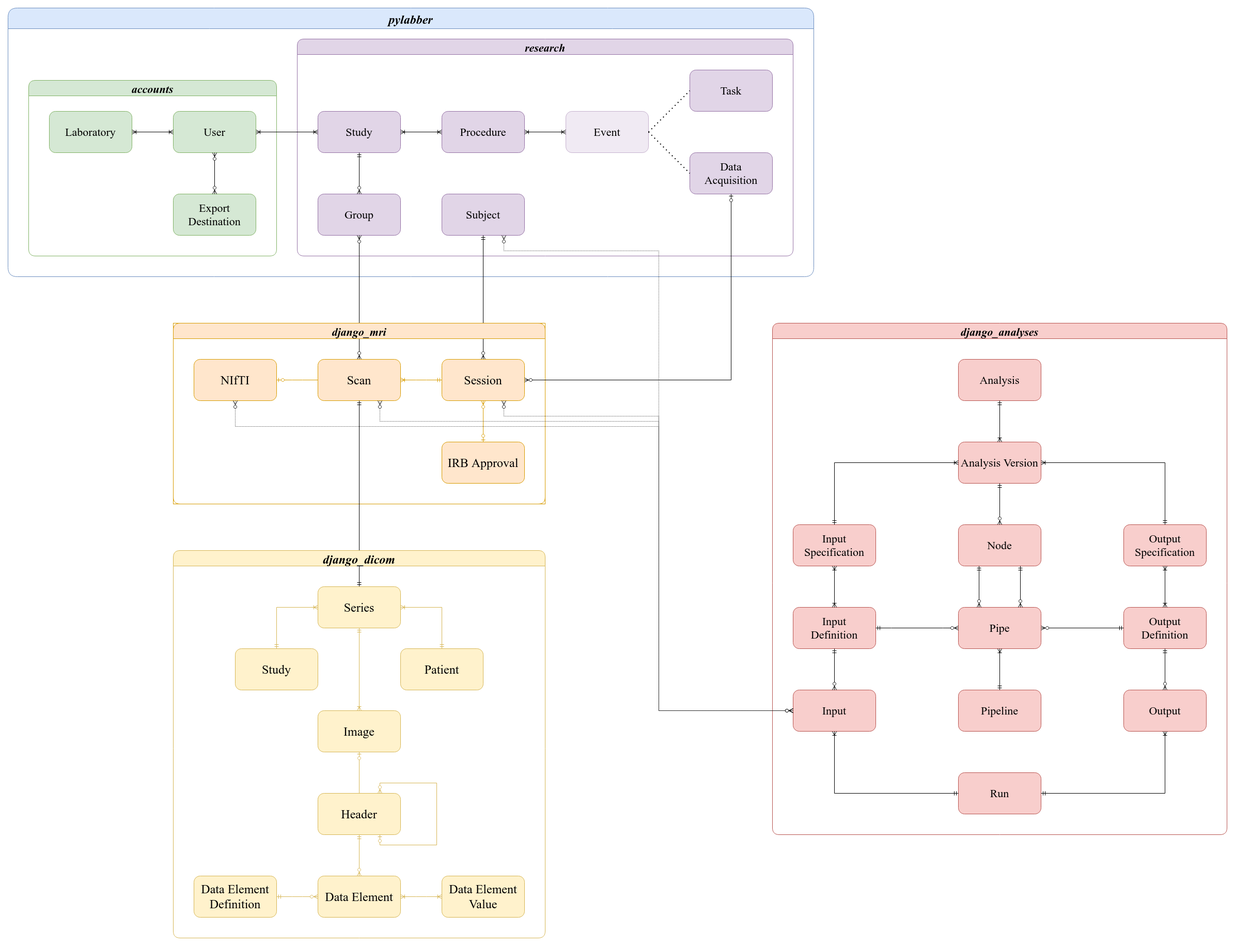
Above: src/book/chapters/labbing/assets/labbing_schema.png in ZviBaratz/phd (draw.io), before the change. Source tidied: cells renumbered, new cells last; positions are measured from the earlier drawing's top-left corner, leaving out a move shared by most shapes.
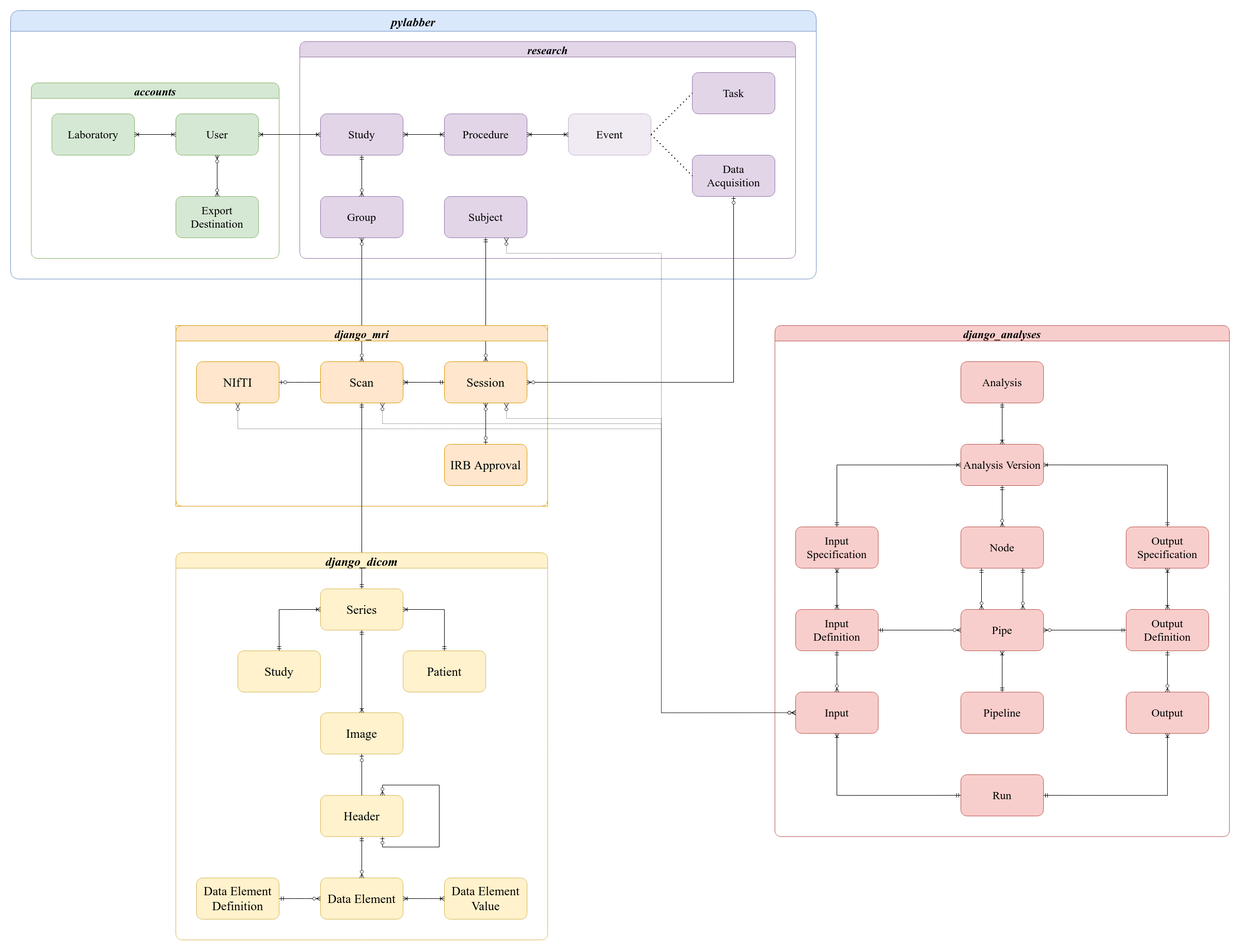
After the commit.

Commit message:
Minor fix to labbing schema.

What changed in the source:
```diff
@@ -83,19 +83,19 @@
     <mxCell id="28" value="Session" style="rounded=1;whiteSpace=wrap;html=1;glass=0;labelBackgroundColor=none;sketch=0;fontFamily=Times New Roman;fontSize=24;fillColor=#ffe6cc;strokeColor=#d79b00;" parent="25" vertex="1">
       <mxGeometry x="520" y="70" width="160" height="80" as="geometry" />
     </mxCell>
-    <mxCell id="29" style="edgeStyle=entityRelationEdgeStyle;fontSize=12;html=1;endArrow=ERoneToMany;startArrow=ERmandOne;rounded=0;fontFamily=Times New Roman;exitX=0;exitY=0.5;exitDx=0;exitDy=0;entryX=1;entryY=0.5;entryDx=0;entryDy=0;fillColor=#ffe6cc;strokeColor=#d79b00;" parent="25" edge="1" source="28" target="27">
+    <mxCell id="29" style="edgeStyle=entityRelationEdgeStyle;fontSize=12;html=1;endArrow=ERoneToMany;startArrow=ERmandOne;rounded=0;fontFamily=Times New Roman;exitX=0;exitY=0.5;exitDx=0;exitDy=0;entryX=1;entryY=0.5;entryDx=0;entryDy=0;fillColor=#ffe6cc;strokeColor=#000000;" parent="25" edge="1" source="28" target="27">
       <mxGeometry relative="1" as="geometry" />
     </mxCell>
     <mxCell id="30" value="NIfTI" style="rounded=1;whiteSpace=wrap;html=1;glass=0;labelBackgroundColor=none;sketch=0;fontFamily=Times New Roman;fontSize=24;fillColor=#ffe6cc;strokeColor=#d79b00;" parent="25" vertex="1">
       <mxGeometry x="40" y="70" width="160" height="80" as="geometry" />
     </mxCell>
-    <mxCell id="31" style="edgeStyle=entityRelationEdgeStyle;fontSize=12;html=1;endArrow=ERzeroToOne;endFill=1;rounded=0;fontFamily=Times New Roman;entryX=1;entryY=0.5;entryDx=0;entryDy=0;exitX=0;exitY=0.5;exitDx=0;exitDy=0;fillColor=#ffe6cc;strokeColor=#d79b00;" parent="25" edge="1" source="27" target="30">
+    <mxCell id="31" style="edgeStyle=entityRelationEdgeStyle;fontSize=12;html=1;endArrow=ERzeroToOne;endFill=1;rounded=0;fontFamily=Times New Roman;entryX=1;entryY=0.5;entryDx=0;entryDy=0;exitX=0;exitY=0.5;exitDx=0;exitDy=0;fillColor=#ffe6cc;strokeColor=#000000;" parent="25" edge="1" source="27" target="30">
       <mxGeometry relative="1" as="geometry" />
     </mxCell>
     <mxCell id="32" value="IRB Approval" style="rounded=1;whiteSpace=wrap;html=1;glass=0;labelBackgroundColor=none;sketch=0;fontFamily=Times New Roman;fontSize=24;fillColor=#ffe6cc;strokeColor=#d79b00;" parent="25" vertex="1">
       <mxGeometry x="520" y="230" width="160" height="80" as="geometry" />
     </mxCell>
-    <mxCell id="33" style="fontSize=12;html=1;endArrow=ERzeroToMany;startArrow=ERzeroToOne;rounded=0;fontFamily=Times New Roman;entryX=0.5;entryY=1;entryDx=0;entryDy=0;exitX=0.5;exitY=0;exitDx=0;exitDy=0;fillColor=#ffe6cc;strokeColor=#d79b00;" parent="25" edge="1" source="32" target="28">
+    <mxCell id="33" style="fontSize=12;html=1;endArrow=ERzeroToMany;startArrow=ERzeroToOne;rounded=0;fontFamily=Times New Roman;entryX=0.5;entryY=1;entryDx=0;entryDy=0;exitX=0.5;exitY=0;exitDx=0;exitDy=0;fillColor=#ffe6cc;strokeColor=#000000;" parent="25" edge="1" source="32" target="28">
       <mxGeometry relative="1" as="geometry" />
     </mxCell>
     <mxCell id="34" style="edgeStyle=orthogonalEdgeStyle;fontSize=12;html=1;endArrow=ERzeroToMany;startArrow=ERzeroToOne;rounded=0;fontFamily=Times New Roman;entryX=1;entryY=0.5;entryDx=0;entryDy=0;exitX=0.5;exitY=1;exitDx=0;exitDy=0;" parent="1" edge="1" source="16" target="28">
@@ -135,19 +135,19 @@
     <mxCell id="44" value="Data Element Value" style="rounded=1;whiteSpace=wrap;html=1;glass=0;labelBackgroundColor=none;sketch=0;fontFamily=Times New Roman;fontSize=24;fillColor=#fff2cc;strokeColor=#d6b656;" parent="36" vertex="1">
       <mxGeometry x="520" y="630" width="160" height="80" as="geometry" />
     </mxCell>
-    <mxCell id="45" style="fontSize=12;html=1;endArrow=ERoneToMany;startArrow=ERmandOne;rounded=0;fontFamily=Times New Roman;exitX=0.5;exitY=0;exitDx=0;exitDy=0;entryX=0;entryY=0.5;entryDx=0;entryDy=0;edgeStyle=orthogonalEdgeStyle;fillColor=#fff2cc;strokeColor=#d6b656;" parent="36" edge="1" source="39" target="37">
+    <mxCell id="45" style="fontSize=12;html=1;endArrow=ERoneToMany;startArrow=ERmandOne;rounded=0;fontFamily=Times New Roman;exitX=0.5;exitY=0;exitDx=0;exitDy=0;entryX=0;entryY=0.5;entryDx=0;entryDy=0;edgeStyle=orthogonalEdgeStyle;fillColor=#fff2cc;strokeColor=#000000;" parent="36" edge="1" source="39" target="37">
       <mxGeometry relative="1" as="geometry" />
     </mxCell>
-    <mxCell id="46" style="fontSize=12;html=1;endArrow=ERoneToMany;startArrow=ERmandOne;rounded=0;fontFamily=Times New Roman;exitX=0.5;exitY=0;exitDx=0;exitDy=0;entryX=1;entryY=0.5;entryDx=0;entryDy=0;edgeStyle=orthogonalEdgeStyle;fillColor=#fff2cc;strokeColor=#d6b656;" parent="36" edge="1" source="40" target="37">
+    <mxCell id="46" style="fontSize=12;html=1;endArrow=ERoneToMany;startArrow=ERmandOne;rounded=0;fontFamily=Times New Roman;exitX=0.5;exitY=0;exitDx=0;exitDy=0;entryX=1;entryY=0.5;entryDx=0;entryDy=0;edgeStyle=orthogonalEdgeStyle;fillColor=#fff2cc;strokeColor=#000000;" parent="36" edge="1" source="40" target="37">
       <mxGeometry relative="1" as="geometry" />
     </mxCell>
-    <mxCell id="47" style="fontSize=12;html=1;endArrow=ERoneToMany;startArrow=ERmandOne;rounded=0;fontFamily=Times New Roman;exitX=0.5;exitY=1;exitDx=0;exitDy=0;entryX=0.5;entryY=0;entryDx=0;entryDy=0;edgeStyle=orthogonalEdgeStyle;fillColor=#fff2cc;strokeColor=#d6b656;" parent="36" edge="1" source="37" target="38">
+    <mxCell id="47" style="fontSize=12;html=1;endArrow=ERoneToMany;startArrow=ERmandOne;rounded=0;fontFamily=Times New Roman;exitX=0.5;exitY=1;exitDx=0;exitDy=0;entryX=0.5;entryY=0;entryDx=0;entryDy=0;edgeStyle=orthogonalEdgeStyle;fillColor=#fff2cc;strokeColor=#000000;" parent="36" edge="1" source="37" target="38">
       <mxGeometry relative="1" as="geometry" />
     </mxCell>
-    <mxCell id="48" style="fontSize=12;html=1;endArrow=ERzeroToOne;endFill=1;rounded=0;fontFamily=Times New Roman;entryX=0.5;entryY=1;entryDx=0;entryDy=0;exitX=0.5;exitY=0;exitDx=0;exitDy=0;fillColor=#fff2cc;strokeColor=#d6b656;" parent="36" edge="1" source="41" target="38">
+    <mxCell id="48" style="fontSize=12;html=1;endArrow=ERzeroToOne;endFill=1;rounded=0;fontFamily=Times New Roman;entryX=0.5;entryY=1;entryDx=0;entryDy=0;exitX=0.5;exitY=0;exitDx=0;exitDy=0;fillColor=#fff2cc;strokeColor=#000000;" parent="36" edge="1" source="41" target="38">
       <mxGeometry relative="1" as="geometry" />
     </mxCell>
-    <mxCell id="49" style="edgeStyle=orthogonalEdgeStyle;fontSize=12;html=1;endArrow=ERzeroToMany;startArrow=ERzeroToOne;rounded=0;fontFamily=Times New Roman;exitX=0.75;exitY=1;exitDx=0;exitDy=0;entryX=0.75;entryY=0;entryDx=0;entryDy=0;fillColor=#fff2cc;strokeColor=#d6b656;" parent="36" edge="1" source="41" target="41">
+    <mxCell id="49" style="edgeStyle=orthogonalEdgeStyle;fontSize=12;html=1;endArrow=ERzeroToMany;startArrow=ERzeroToOne;rounded=0;fontFamily=Times New Roman;exitX=0.75;exitY=1;exitDx=0;exitDy=0;entryX=0.75;entryY=0;entryDx=0;entryDy=0;fillColor=#fff2cc;strokeColor=#000000;" parent="36" edge="1" source="41" target="41">
       <mxGeometry relative="1" as="geometry">
         <Array as="points">
           <mxPoint x="400" y="570" />
@@ -157,13 +157,13 @@
         </Array>
       </mxGeometry>
     </mxCell>
-    <mxCell id="50" style="fontSize=12;html=1;endArrow=ERzeroToMany;startArrow=ERmandOne;rounded=0;fontFamily=Times New Roman;exitX=0.5;exitY=1;exitDx=0;exitDy=0;entryX=0.5;entryY=0;entryDx=0;entryDy=0;fillColor=#fff2cc;strokeColor=#d6b656;" parent="36" edge="1" source="41" target="42">
+    <mxCell id="50" style="fontSize=12;html=1;endArrow=ERzeroToMany;startArrow=ERmandOne;rounded=0;fontFamily=Times New Roman;exitX=0.5;exitY=1;exitDx=0;exitDy=0;entryX=0.5;entryY=0;entryDx=0;entryDy=0;fillColor=#fff2cc;strokeColor=#000000;" parent="36" edge="1" source="41" target="42">
       <mxGeometry relative="1" as="geometry" />
     </mxCell>
-    <mxCell id="51" style="edgeStyle=entityRelationEdgeStyle;fontSize=12;html=1;endArrow=ERzeroToMany;startArrow=ERmandOne;rounded=0;fontFamily=Times New Roman;entryX=0;entryY=0.5;entryDx=0;entryDy=0;exitX=1;exitY=0.5;exitDx=0;exitDy=0;fillColor=#fff2cc;strokeColor=#d6b656;" parent="36" edge="1" source="43" target="42">
+    <mxCell id="51" style="edgeStyle=entityRelationEdgeStyle;fontSize=12;html=1;endArrow=ERzeroToMany;startArrow=ERmandOne;rounded=0;fontFamily=Times New Roman;entryX=0;entryY=0.5;entryDx=0;entryDy=0;exitX=1;exitY=0.5;exitDx=0;exitDy=0;fillColor=#fff2cc;strokeColor=#000000;" parent="36" edge="1" source="43" target="42">
       <mxGeometry relative="1" as="geometry" />
     </mxCell>
-    <mxCell id="52" style="edgeStyle=entityRelationEdgeStyle;fontSize=12;html=1;endArrow=ERoneToMany;startArrow=ERoneToMany;rounded=0;fontFamily=Times New Roman;entryX=0;entryY=0.5;entryDx=0;entryDy=0;exitX=1;exitY=0.5;exitDx=0;exitDy=0;fillColor=#fff2cc;strokeColor=#d6b656;" parent="36" edge="1" source="42" target="44">
+    <mxCell id="52" style="edgeStyle=entityRelationEdgeStyle;fontSize=12;html=1;endArrow=ERoneToMany;startArrow=ERoneToMany;rounded=0;fontFamily=Times New Roman;entryX=0;entryY=0.5;entryDx=0;entryDy=0;exitX=1;exitY=0.5;exitDx=0;exitDy=0;fillColor=#fff2cc;strokeColor=#000000;" parent="36" edge="1" source="42" target="44">
       <mxGeometry relative="1" as="geometry" />
     </mxCell>
     <mxCell id="53" value="django_analyses" style="swimlane;rounded=1;glass=0;labelBackgroundColor=none;sketch=0;fontFamily=Times New Roman;fontSize=22;fillColor=#f8cecc;strokeColor=#b85450;startSize=30;fontStyle=3;" parent="1" vertex="1">
```
